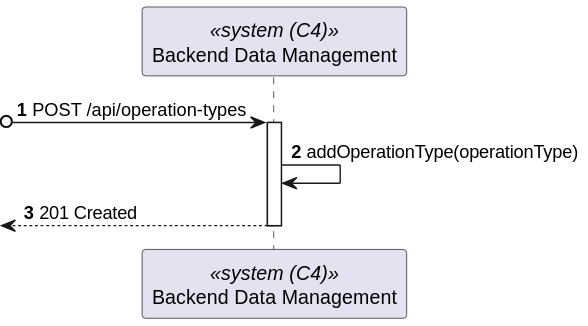
The PlantUML diagram docs/sprint-a/us-5.1.20/views/level2/process-view.svg in 1220846/sem5pi-24-25-3ddg20, before a commit. Source of this version:
```plantuml
@startuml
autonumber

participant BackendDataManagement as "Backend Data Management" <<system (C4)>>

?o-> BackendDataManagement : POST /api/operation-types
activate BackendDataManagement

    BackendDataManagement -> BackendDataManagement : addOperationType(operationType)

    <-- BackendDataManagement : 201 Created
deactivate BackendDataManagement
@enduml
```
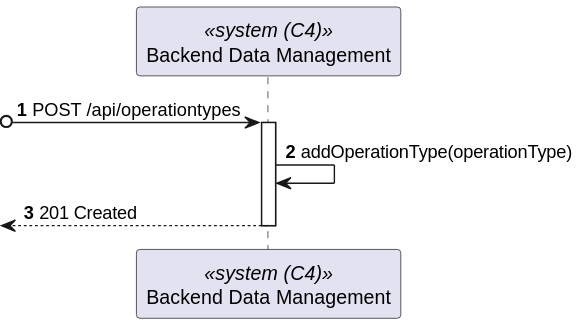
The same diagram one commit later.

Commit message:
docs: fix route in process view level 2 and 3 #20

What changed in the source:
```diff
@@ -3,7 +3,7 @@
 
 participant BackendDataManagement as "Backend Data Management" <<system (C4)>>
 
-?o-> BackendDataManagement : POST /api/operation-types
+?o-> BackendDataManagement : POST /api/operationtypes
 activate BackendDataManagement
 
     BackendDataManagement -> BackendDataManagement : addOperationType(operationType)
```
